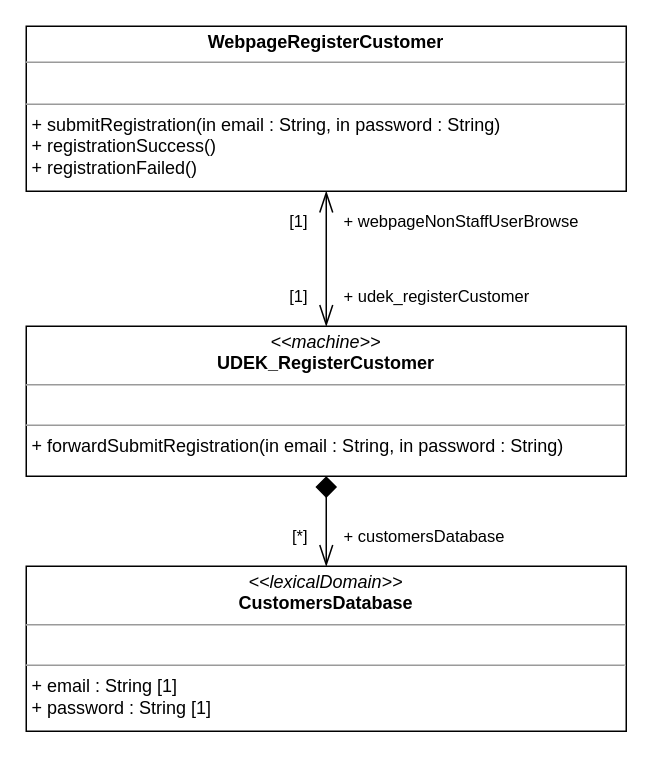
This is a06_class_diagram_RegisterCustomer.drawio from melvdlin/swtlab, a draw.io file, before an edit. Source tidied: cells renumbered, new cells numbered last; positions are measured from the earlier drawing's top-left corner, leaving out a move shared by most shapes. Both pictures are drawn from the tidied source at 150%, with x=0, y=0 at pixel (26, 26).
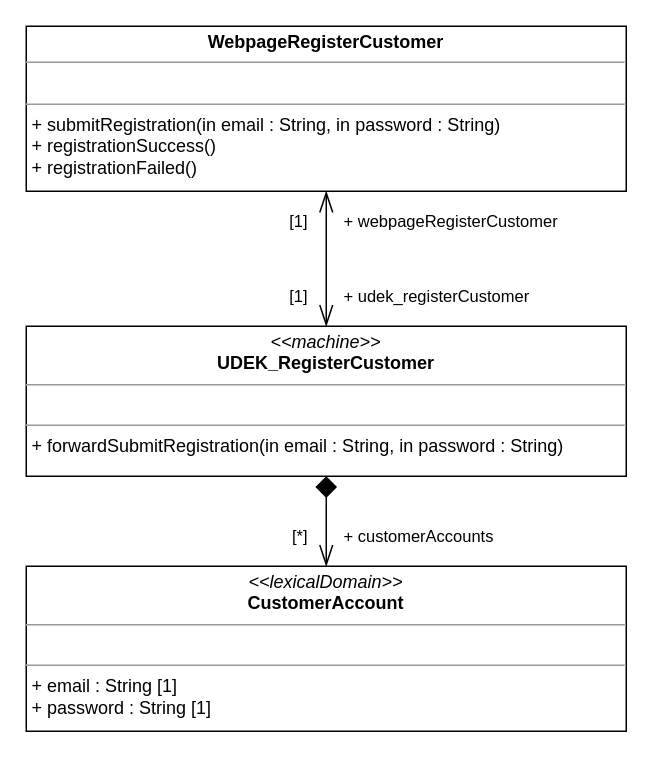
The same page after the edit.

What changed in the source:
```diff
@@
 <mxGraphModel>
   <root>
     <mxCell id="0" />
     <mxCell id="1" parent="0" />
     <mxCell id="2" style="rounded=0;jettySize=auto;html=1;startArrow=openThin;startFill=0;endArrow=openThin;endFill=0;endSize=12;startSize=12;" parent="1" edge="1" source="4" target="5">
       <mxGeometry relative="1" as="geometry" />
     </mxCell>
     <mxCell id="3" style="edgeStyle=none;shape=connector;rounded=0;jettySize=auto;html=1;labelBackgroundColor=default;fontFamily=Helvetica;fontSize=11;fontColor=default;startArrow=diamond;startFill=1;endArrow=openThin;endFill=0;startSize=12;endSize=12;strokeColor=default;" parent="1" edge="1" source="4" target="8">
       <mxGeometry relative="1" as="geometry" />
     </mxCell>
     <mxCell id="4" value="&lt;p style=&quot;margin: 0px ; margin-top: 4px ; text-align: center&quot;&gt;&lt;i&gt;&amp;lt;&amp;lt;machine&amp;gt;&amp;gt;&lt;/i&gt;&lt;br&gt;&lt;b&gt;UDEK_RegisterCustomer&lt;/b&gt;&lt;/p&gt;&lt;hr size=&quot;1&quot;&gt;&lt;p style=&quot;margin: 0px ; margin-left: 4px&quot;&gt;&lt;br&gt;&lt;/p&gt;&lt;hr size=&quot;1&quot;&gt;&lt;p style=&quot;margin: 0px ; margin-left: 4px&quot;&gt;+ forwardSubmitRegistration(in email : String, in password : String)&lt;br&gt;&lt;/p&gt;" style="verticalAlign=top;align=left;overflow=fill;fontSize=12;fontFamily=Helvetica;html=1;rounded=0;shadow=0;glass=0;comic=0;sketch=0;fontColor=default;gradientColor=none;" parent="1" vertex="1">
       <mxGeometry y="200" width="400" height="100" as="geometry" />
     </mxCell>
     <mxCell id="5" value="&lt;p style=&quot;margin: 0px ; margin-top: 4px ; text-align: center&quot;&gt;&lt;b&gt;WebpageRegisterCustomer&lt;/b&gt;&lt;/p&gt;&lt;hr size=&quot;1&quot;&gt;&lt;p style=&quot;margin: 0px ; margin-left: 4px&quot;&gt;&lt;br&gt;&lt;/p&gt;&lt;hr size=&quot;1&quot;&gt;&lt;p style=&quot;margin: 0px ; margin-left: 4px&quot;&gt;+ submitRegistration(in email : String, in password : String)&lt;/p&gt;&lt;p style=&quot;margin: 0px ; margin-left: 4px&quot;&gt;+ registrationSuccess()&lt;/p&gt;&lt;p style=&quot;margin: 0px ; margin-left: 4px&quot;&gt;+ registrationFailed()&lt;/p&gt;" style="verticalAlign=top;align=left;overflow=fill;fontSize=12;fontFamily=Helvetica;html=1;" parent="1" vertex="1">
       <mxGeometry width="400" height="110" as="geometry" />
     </mxCell>
     <mxCell id="6" value="[1]" style="text;html=1;strokeColor=none;fillColor=none;align=right;verticalAlign=middle;whiteSpace=wrap;rounded=0;fontFamily=Helvetica;fontSize=11;fontColor=default;" parent="1" vertex="1">
       <mxGeometry x="170" y="120" width="20" height="20" as="geometry" />
     </mxCell>
-    <mxCell id="7" value="+ webpageNonStaffUserBrowse" style="text;html=1;strokeColor=none;fillColor=none;align=left;verticalAlign=middle;whiteSpace=wrap;rounded=0;fontFamily=Helvetica;fontSize=11;fontColor=default;" parent="1" vertex="1">
+    <mxCell id="7" value="+ webpageRegisterCustomer" style="text;html=1;strokeColor=none;fillColor=none;align=left;verticalAlign=middle;whiteSpace=wrap;rounded=0;fontFamily=Helvetica;fontSize=11;fontColor=default;" parent="1" vertex="1">
       <mxGeometry x="210" y="120" width="180" height="20" as="geometry" />
     </mxCell>
-    <mxCell id="8" value="&lt;p style=&quot;margin: 0px ; margin-top: 4px ; text-align: center&quot;&gt;&lt;i&gt;&amp;lt;&amp;lt;lexicalDomain&amp;gt;&amp;gt;&lt;/i&gt;&lt;br&gt;&lt;b&gt;CustomersDatabase&lt;/b&gt;&lt;/p&gt;&lt;hr size=&quot;1&quot;&gt;&lt;p style=&quot;margin: 0px ; margin-left: 4px&quot;&gt;&lt;br&gt;&lt;/p&gt;&lt;hr size=&quot;1&quot;&gt;&lt;p style=&quot;margin: 0px ; margin-left: 4px&quot;&gt;+ email : String [1]&lt;br&gt;&lt;/p&gt;&lt;p style=&quot;margin: 0px ; margin-left: 4px&quot;&gt;+ password : String [1]&lt;/p&gt;" style="verticalAlign=top;align=left;overflow=fill;fontSize=12;fontFamily=Helvetica;html=1;rounded=0;shadow=0;glass=0;comic=0;sketch=0;fontColor=default;gradientColor=none;" parent="1" vertex="1">
+    <mxCell id="8" value="&lt;p style=&quot;margin: 0px ; margin-top: 4px ; text-align: center&quot;&gt;&lt;i&gt;&amp;lt;&amp;lt;lexicalDomain&amp;gt;&amp;gt;&lt;/i&gt;&lt;br&gt;&lt;b&gt;CustomerAccount&lt;/b&gt;&lt;/p&gt;&lt;hr size=&quot;1&quot;&gt;&lt;p style=&quot;margin: 0px ; margin-left: 4px&quot;&gt;&lt;br&gt;&lt;/p&gt;&lt;hr size=&quot;1&quot;&gt;&lt;p style=&quot;margin: 0px ; margin-left: 4px&quot;&gt;+ email : String [1]&lt;br&gt;&lt;/p&gt;&lt;p style=&quot;margin: 0px ; margin-left: 4px&quot;&gt;+ password : String [1]&lt;/p&gt;" style="verticalAlign=top;align=left;overflow=fill;fontSize=12;fontFamily=Helvetica;html=1;rounded=0;shadow=0;glass=0;comic=0;sketch=0;fontColor=default;gradientColor=none;" parent="1" vertex="1">
       <mxGeometry y="360" width="400" height="110" as="geometry" />
     </mxCell>
     <mxCell id="9" value="[1]" style="text;html=1;strokeColor=none;fillColor=none;align=right;verticalAlign=middle;whiteSpace=wrap;rounded=0;fontFamily=Helvetica;fontSize=11;fontColor=default;" parent="1" vertex="1">
       <mxGeometry x="170" y="170" width="20" height="20" as="geometry" />
     </mxCell>
     <mxCell id="10" value="+ udek_registerCustomer" style="text;html=1;strokeColor=none;fillColor=none;align=left;verticalAlign=middle;whiteSpace=wrap;rounded=0;fontFamily=Helvetica;fontSize=11;fontColor=default;" parent="1" vertex="1">
       <mxGeometry x="210" y="170" width="180" height="20" as="geometry" />
     </mxCell>
     <mxCell id="11" value="[*]" style="text;html=1;strokeColor=none;fillColor=none;align=right;verticalAlign=middle;whiteSpace=wrap;rounded=0;fontFamily=Helvetica;fontSize=11;fontColor=default;" parent="1" vertex="1">
       <mxGeometry x="170" y="330" width="20" height="20" as="geometry" />
     </mxCell>
-    <mxCell id="12" value="+ customersDatabase" style="text;html=1;strokeColor=none;fillColor=none;align=left;verticalAlign=middle;whiteSpace=wrap;rounded=0;fontFamily=Helvetica;fontSize=11;fontColor=default;" parent="1" vertex="1">
+    <mxCell id="12" value="+ customerAccounts" style="text;html=1;strokeColor=none;fillColor=none;align=left;verticalAlign=middle;whiteSpace=wrap;rounded=0;fontFamily=Helvetica;fontSize=11;fontColor=default;" parent="1" vertex="1">
       <mxGeometry x="210" y="330" width="180" height="20" as="geometry" />
     </mxCell>
   </root>
 </mxGraphModel>
```
